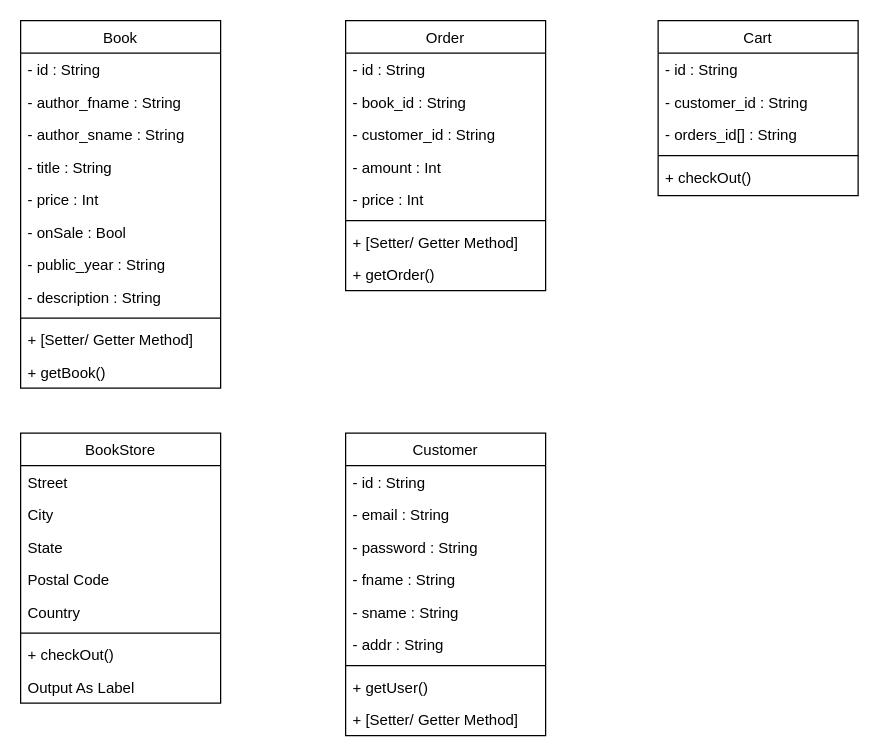
nnininnine/SAD-assignments keeps this draw.io diagram as assignment-01/duke-bookstore-SAD.drawio. Above is the earlier version. Source tidied: cells renumbered, new cells numbered last; positions are measured from the earlier drawing's top-left corner, leaving out a move shared by most shapes. Both pictures are drawn from the tidied source at 125%, with x=0, y=0 at pixel (20, 20).
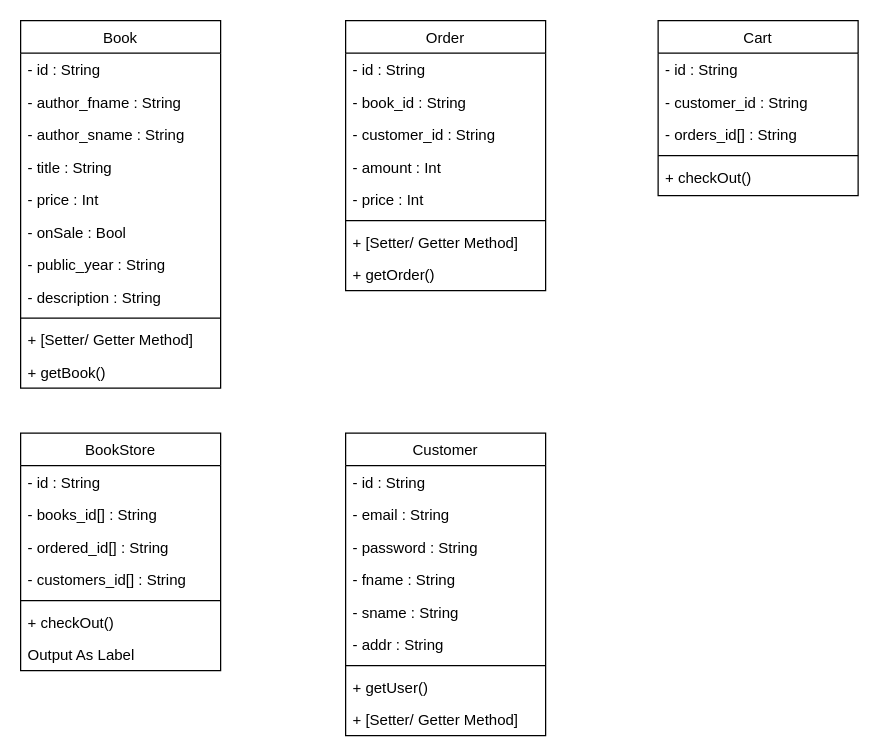
Above is the later version.

Diff of the diagram source:
```diff
@@
-<mxGraphModel>
+<mxGraphModel background="#ffffff">
@@
     <mxCell id="29" value="BookStore" style="swimlane;fontStyle=0;align=center;verticalAlign=top;horizontal=1;startSize=26;rounded=0;shadow=0;strokeWidth=1;" parent="1" vertex="1">
-      <mxGeometry y="330" width="160" height="216" as="geometry" />
+      <mxGeometry y="330" width="160" height="190" as="geometry" />
     </mxCell>
-    <mxCell id="30" value="Street" style="text;align=left;verticalAlign=top;spacingLeft=4;spacingRight=4;overflow=hidden;" parent="29" vertex="1">
+    <mxCell id="30" value="- id : String" style="text;align=left;verticalAlign=top;spacingLeft=4;spacingRight=4;overflow=hidden;" parent="29" vertex="1">
       <mxGeometry y="26" width="160" height="26" as="geometry" />
     </mxCell>
-    <mxCell id="31" value="City" style="text;align=left;verticalAlign=top;spacingLeft=4;spacingRight=4;overflow=hidden;rounded=0;shadow=0;html=0;" parent="29" vertex="1">
+    <mxCell id="31" value="- books_id[] : String" style="text;align=left;verticalAlign=top;spacingLeft=4;spacingRight=4;overflow=hidden;rounded=0;shadow=0;html=0;" parent="29" vertex="1">
       <mxGeometry y="52" width="160" height="26" as="geometry" />
     </mxCell>
-    <mxCell id="32" value="State" style="text;align=left;verticalAlign=top;spacingLeft=4;spacingRight=4;overflow=hidden;rounded=0;shadow=0;html=0;" parent="29" vertex="1">
+    <mxCell id="32" value="- ordered_id[] : String" style="text;align=left;verticalAlign=top;spacingLeft=4;spacingRight=4;overflow=hidden;rounded=0;shadow=0;html=0;" parent="29" vertex="1">
       <mxGeometry y="78" width="160" height="26" as="geometry" />
     </mxCell>
-    <mxCell id="33" value="Postal Code" style="text;align=left;verticalAlign=top;spacingLeft=4;spacingRight=4;overflow=hidden;rounded=0;shadow=0;html=0;" parent="29" vertex="1">
+    <mxCell id="33" value="- customers_id[] : String" style="text;align=left;verticalAlign=top;spacingLeft=4;spacingRight=4;overflow=hidden;rounded=0;shadow=0;html=0;" parent="29" vertex="1">
       <mxGeometry y="104" width="160" height="26" as="geometry" />
     </mxCell>
-    <mxCell id="34" value="Country" style="text;align=left;verticalAlign=top;spacingLeft=4;spacingRight=4;overflow=hidden;rounded=0;shadow=0;html=0;" parent="29" vertex="1">
-      <mxGeometry y="130" width="160" height="26" as="geometry" />
-    </mxCell>
     <mxCell id="35" style="line;html=1;strokeWidth=1;align=left;verticalAlign=middle;spacingTop=-1;spacingLeft=3;spacingRight=3;labelPosition=right;" parent="29" vertex="1">
-      <mxGeometry y="156" width="160" height="8" as="geometry" />
+      <mxGeometry y="130" width="160" height="8" as="geometry" />
     </mxCell>
     <mxCell id="36" value="+ checkOut()" style="text;align=left;verticalAlign=top;spacingLeft=4;spacingRight=4;overflow=hidden;" parent="29" vertex="1">
-      <mxGeometry y="164" width="160" height="26" as="geometry" />
+      <mxGeometry y="138" width="160" height="26" as="geometry" />
     </mxCell>
     <mxCell id="37" value="Output As Label" style="text;align=left;verticalAlign=top;spacingLeft=4;spacingRight=4;overflow=hidden;" parent="29" vertex="1">
-      <mxGeometry y="190" width="160" height="26" as="geometry" />
+      <mxGeometry y="164" width="160" height="26" as="geometry" />
     </mxCell>
```
